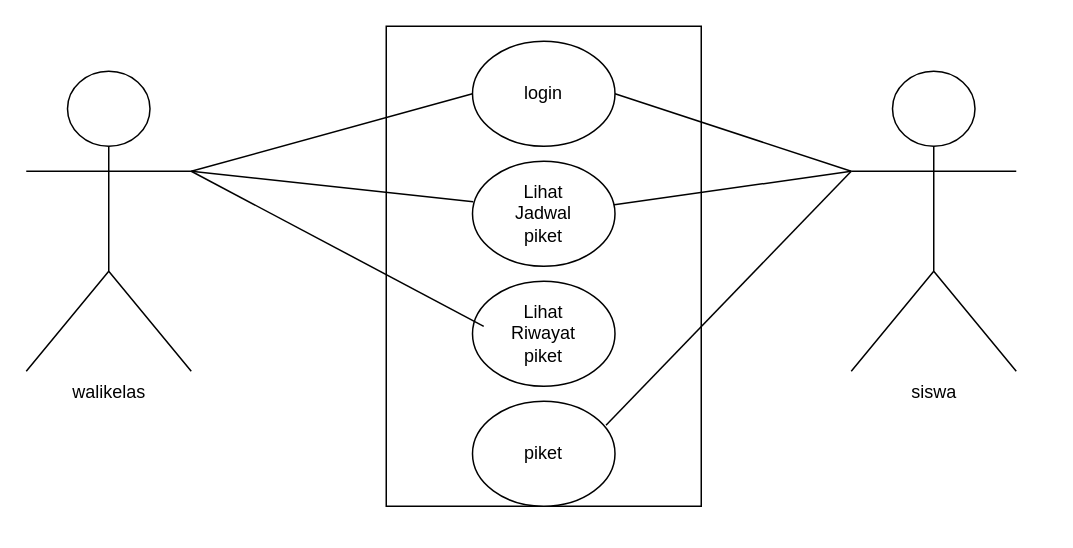
Deriserin/piket-class keeps this draw.io diagram as Use case.drawio. Above is the earlier version. Source tidied: cells renumbered, new cells numbered last; positions are measured from the earlier drawing's top-left corner, leaving out a move shared by most shapes. Both pictures are drawn from the tidied source at 150%, with x=0, y=0 at pixel (26, 26).
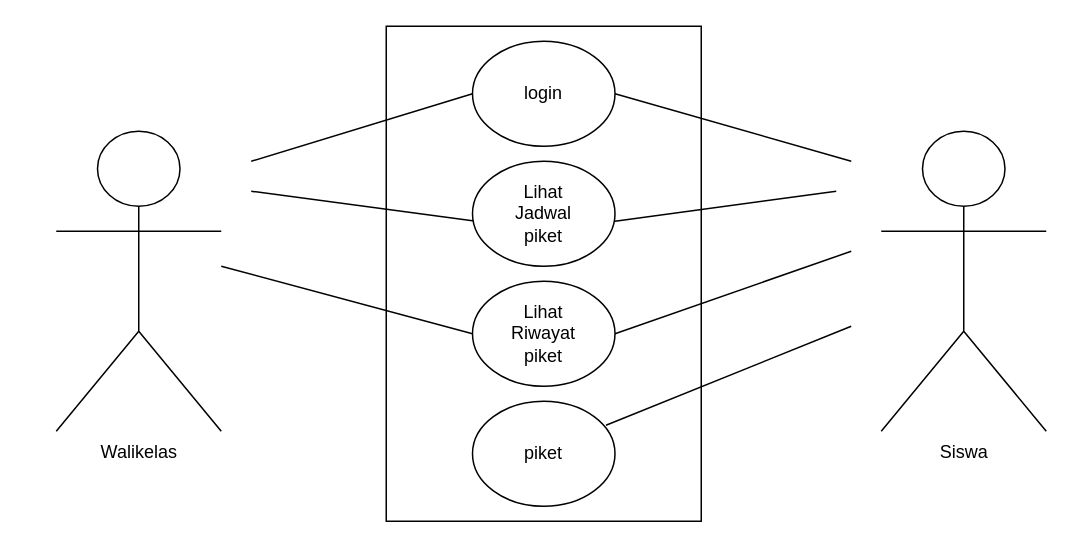
The same diagram, later.

Unchanged cells that the change refers to:
```xml
<mxCell id="3" style="ellipse;whiteSpace=wrap;html=1;" parent="1" vertex="1">
  <mxGeometry x="297.5" y="170" width="95" height="70" as="geometry" />
</mxCell>
<mxCell id="13" style="ellipse;whiteSpace=wrap;html=1;" parent="1" vertex="1">
  <mxGeometry x="297.5" y="250" width="95" height="70" as="geometry" />
</mxCell>
<mxCell id="15" style="ellipse;whiteSpace=wrap;html=1;" parent="1" vertex="1">
  <mxGeometry x="297.5" y="90" width="95" height="70" as="geometry" />
</mxCell>
<mxCell id="17" style="ellipse;whiteSpace=wrap;html=1;" parent="1" vertex="1">
  <mxGeometry x="297.5" y="10" width="95" height="70" as="geometry" />
</mxCell>
```

The edit, as a diff of the source:
```diff
@@
     <mxCell id="2" style="rounded=0;whiteSpace=wrap;html=1;" parent="1" vertex="1">
-      <mxGeometry x="240" width="210" height="320" as="geometry" />
+      <mxGeometry x="240" width="210" height="330" as="geometry" />
     </mxCell>
@@
-    <mxCell id="5" value="walikelas" style="shape=umlActor;verticalLabelPosition=bottom;verticalAlign=top;html=1;outlineConnect=0;" parent="1" vertex="1">
-      <mxGeometry y="30" width="110" height="200" as="geometry" />
+    <mxCell id="5" value="Walikelas" style="shape=umlActor;verticalLabelPosition=bottom;verticalAlign=top;html=1;outlineConnect=0;" parent="1" vertex="1">
+      <mxGeometry x="20" y="70" width="110" height="200" as="geometry" />
     </mxCell>
-    <mxCell id="6" value="siswa" style="shape=umlActor;verticalLabelPosition=bottom;verticalAlign=top;html=1;outlineConnect=0;" parent="1" vertex="1">
-      <mxGeometry x="550" y="30" width="110" height="200" as="geometry" />
+    <mxCell id="6" value="Siswa" style="shape=umlActor;verticalLabelPosition=bottom;verticalAlign=top;html=1;outlineConnect=0;" parent="1" vertex="1">
+      <mxGeometry x="570" y="70" width="110" height="200" as="geometry" />
     </mxCell>
-    <mxCell id="7" style="endArrow=none;html=1;rounded=0;entryX=0;entryY=0.5;entryDx=0;entryDy=0;exitX=1;exitY=0.3333333333333333;exitDx=0;exitDy=0;exitPerimeter=0;" parent="1" edge="1" source="5" target="17">
-      <mxGeometry relative="1" as="geometry" />
+    <mxCell id="7" style="endArrow=none;html=1;rounded=0;entryX=0;entryY=0.5;entryDx=0;entryDy=0;" parent="1" edge="1" target="17">
+      <mxGeometry relative="1" as="geometry">
+        <mxPoint x="150" y="90" as="sourcePoint" />
+      </mxGeometry>
     </mxCell>
-    <mxCell id="8" style="endArrow=none;html=1;rounded=0;exitX=1;exitY=0.3333333333333333;exitDx=0;exitDy=0;exitPerimeter=0;entryX=0.005;entryY=0.386;entryDx=0;entryDy=0;entryPerimeter=0;" parent="1" edge="1" source="5" target="15">
-      <mxGeometry relative="1" as="geometry" />
+    <mxCell id="8" style="endArrow=none;html=1;rounded=0;entryX=0.026;entryY=0.571;entryDx=0;entryDy=0;entryPerimeter=0;" parent="1" edge="1" target="15">
+      <mxGeometry relative="1" as="geometry">
+        <mxPoint x="150" y="110" as="sourcePoint" />
+      </mxGeometry>
     </mxCell>
-    <mxCell id="9" style="endArrow=none;html=1;rounded=0;exitX=1;exitY=0.3333333333333333;exitDx=0;exitDy=0;exitPerimeter=0;entryX=0.079;entryY=0.429;entryDx=0;entryDy=0;entryPerimeter=0;" parent="1" edge="1" source="5" target="3">
-      <mxGeometry relative="1" as="geometry" />
+    <mxCell id="9" style="endArrow=none;html=1;rounded=0;entryX=0;entryY=0.5;entryDx=0;entryDy=0;" parent="1" edge="1" target="3">
+      <mxGeometry relative="1" as="geometry">
+        <mxPoint x="130" y="160" as="sourcePoint" />
+      </mxGeometry>
     </mxCell>
-    <mxCell id="10" style="endArrow=none;html=1;rounded=0;exitX=1;exitY=0.5;exitDx=0;exitDy=0;entryX=0;entryY=0.3333333333333333;entryDx=0;entryDy=0;entryPerimeter=0;" parent="1" edge="1" source="17" target="6">
-      <mxGeometry relative="1" as="geometry" />
+    <mxCell id="10" style="endArrow=none;html=1;rounded=0;exitX=1;exitY=0.5;exitDx=0;exitDy=0;" parent="1" edge="1" source="17">
+      <mxGeometry relative="1" as="geometry">
+        <mxPoint x="550" y="90" as="targetPoint" />
+      </mxGeometry>
     </mxCell>
-    <mxCell id="11" style="endArrow=none;html=1;rounded=0;entryX=0.921;entryY=0.429;entryDx=0;entryDy=0;exitX=0;exitY=0.3333333333333333;exitDx=0;exitDy=0;exitPerimeter=0;entryPerimeter=0;" parent="1" edge="1" source="6" target="15">
-      <mxGeometry relative="1" as="geometry" />
+    <mxCell id="11" style="endArrow=none;html=1;rounded=0;entryX=1;entryY=0.571;entryDx=0;entryDy=0;entryPerimeter=0;" parent="1" edge="1" target="15">
+      <mxGeometry relative="1" as="geometry">
+        <mxPoint x="540" y="110" as="sourcePoint" />
+      </mxGeometry>
     </mxCell>
-    <mxCell id="12" style="endArrow=none;html=1;rounded=0;entryX=0;entryY=0.3333333333333333;entryDx=0;entryDy=0;entryPerimeter=0;exitX=0.937;exitY=0.229;exitDx=0;exitDy=0;exitPerimeter=0;" parent="1" edge="1" source="13" target="6">
-      <mxGeometry relative="1" as="geometry" />
+    <mxCell id="12" style="endArrow=none;html=1;rounded=0;exitX=0.937;exitY=0.229;exitDx=0;exitDy=0;exitPerimeter=0;" parent="1" edge="1" source="13">
+      <mxGeometry relative="1" as="geometry">
+        <mxPoint x="550" y="200" as="targetPoint" />
+      </mxGeometry>
     </mxCell>
@@
+    <mxCell id="19" style="endArrow=none;html=1;rounded=0;entryX=1;entryY=0.5;entryDx=0;entryDy=0;" parent="1" edge="1" target="3">
+      <mxGeometry relative="1" as="geometry">
+        <mxPoint x="550" y="150" as="sourcePoint" />
+      </mxGeometry>
+    </mxCell>
```
